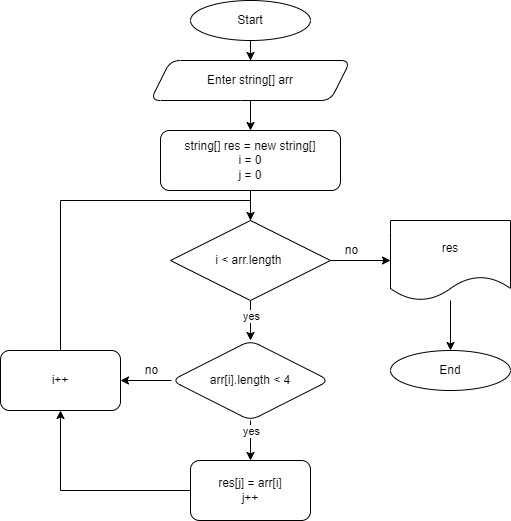
The draw.io diagram Diagram.png in korneevra/Test_work, before a commit. Source tidied: cells renumbered, new cells last; positions are measured from the earlier drawing's top-left corner, leaving out a move shared by most shapes.
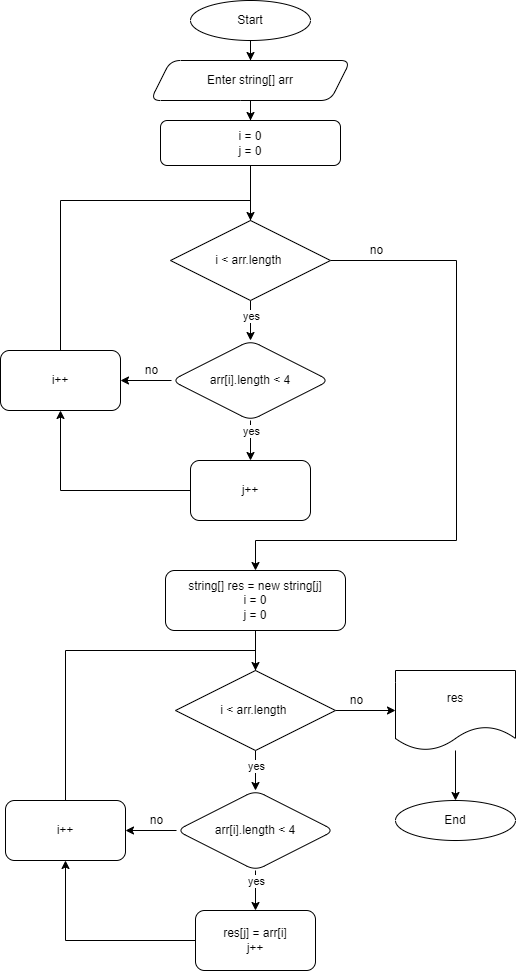
The same diagram one commit later.

Diff of the diagram source:
```diff
@@ -4,14 +4,14 @@
     <mxCell id="1" parent="0" />
     <mxCell id="2" style="edgeStyle=orthogonalEdgeStyle;rounded=0;jettySize=auto;html=1;" parent="1" edge="1" target="4">
       <mxGeometry relative="1" as="geometry">
-        <mxPoint x="250" y="40" as="sourcePoint" />
+        <mxPoint x="245" y="-410" as="sourcePoint" />
       </mxGeometry>
     </mxCell>
-    <mxCell id="3" style="edgeStyle=orthogonalEdgeStyle;rounded=0;jettySize=auto;html=1;" parent="1" edge="1" source="4" target="7">
+    <mxCell id="3" style="edgeStyle=orthogonalEdgeStyle;rounded=0;jettySize=auto;html=1;entryX=0.5;entryY=0;entryDx=0;entryDy=0;" parent="1" edge="1" source="4" target="27">
       <mxGeometry relative="1" as="geometry" />
     </mxCell>
     <mxCell id="4" value="Enter string[] arr" style="shape=parallelogram;perimeter=parallelogramPerimeter;whiteSpace=wrap;html=1;fixedSize=1;rounded=1;" parent="1" vertex="1">
-      <mxGeometry x="150" y="60" width="200" height="40" as="geometry" />
+      <mxGeometry x="145" y="-390" width="200" height="40" as="geometry" />
     </mxCell>
     <mxCell id="5" style="edgeStyle=orthogonalEdgeStyle;rounded=0;jettySize=auto;html=1;startArrow=none;" parent="1" edge="1" source="18" target="12">
       <mxGeometry relative="1" as="geometry" />
@@ -19,11 +19,11 @@
     <mxCell id="6" value="yes" style="edgeLabel;html=1;align=center;verticalAlign=middle;" parent="5" vertex="1">
       <mxGeometry x="-0.26" relative="1" as="geometry" />
     </mxCell>
-    <mxCell id="7" value="string[] res = new string[]&lt;br&gt;i = 0&lt;br&gt;j = 0" style="rounded=1;whiteSpace=wrap;html=1;" parent="1" vertex="1">
-      <mxGeometry x="160" y="130" width="180" height="60" as="geometry" />
+    <mxCell id="7" value="string[] res = new string[j]&lt;br&gt;i = 0&lt;br&gt;j = 0" style="rounded=1;whiteSpace=wrap;html=1;" parent="1" vertex="1">
+      <mxGeometry x="160" y="120" width="180" height="60" as="geometry" />
     </mxCell>
     <mxCell id="8" value="Start" style="ellipse;whiteSpace=wrap;html=1;" parent="1" vertex="1">
-      <mxGeometry x="190" width="120" height="40" as="geometry" />
+      <mxGeometry x="185" y="-450" width="120" height="40" as="geometry" />
     </mxCell>
     <mxCell id="9" style="edgeStyle=orthogonalEdgeStyle;rounded=0;jettySize=auto;html=1;" parent="1" edge="1" source="12" target="14">
       <mxGeometry relative="1" as="geometry" />
@@ -75,5 +75,61 @@
     <mxCell id="24" value="no" style="text;html=1;align=center;verticalAlign=middle;strokeColor=none;fillColor=none;" parent="1" vertex="1">
       <mxGeometry x="136" y="360" width="30" height="20" as="geometry" />
     </mxCell>
+    <mxCell id="25" style="edgeStyle=orthogonalEdgeStyle;rounded=0;jettySize=auto;html=1;startArrow=none;" parent="1" edge="1" source="37" target="31">
+      <mxGeometry relative="1" as="geometry" />
+    </mxCell>
+    <mxCell id="26" value="yes" style="edgeLabel;html=1;align=center;verticalAlign=middle;" parent="25" vertex="1">
+      <mxGeometry x="-0.26" relative="1" as="geometry" />
+    </mxCell>
+    <mxCell id="27" value="i = 0&lt;br&gt;j = 0" style="rounded=1;whiteSpace=wrap;html=1;" parent="1" vertex="1">
+      <mxGeometry x="155" y="-330" width="180" height="45" as="geometry" />
+    </mxCell>
+    <mxCell id="28" style="edgeStyle=orthogonalEdgeStyle;rounded=0;jettySize=auto;html=1;" parent="1" edge="1" source="31" target="33">
+      <mxGeometry relative="1" as="geometry" />
+    </mxCell>
+    <mxCell id="29" value="yes" style="edgeLabel;html=1;align=center;verticalAlign=middle;" parent="28" vertex="1">
+      <mxGeometry x="-0.7" relative="1" as="geometry">
+        <mxPoint y="4" as="offset" />
+      </mxGeometry>
+    </mxCell>
+    <mxCell id="30" style="edgeStyle=orthogonalEdgeStyle;rounded=0;jettySize=auto;html=1;" parent="1" edge="1" source="31" target="35">
+      <mxGeometry relative="1" as="geometry" />
+    </mxCell>
+    <mxCell id="31" value="arr[i].length &amp;lt; 4" style="rhombus;whiteSpace=wrap;html=1;rounded=1;" parent="1" vertex="1">
+      <mxGeometry x="166" y="-110" width="158" height="80" as="geometry" />
+    </mxCell>
+    <mxCell id="32" style="edgeStyle=orthogonalEdgeStyle;rounded=0;jettySize=auto;html=1;exitX=0;exitY=0.5;exitDx=0;exitDy=0;entryX=0.5;entryY=1;entryDx=0;entryDy=0;" parent="1" edge="1" source="33" target="35">
+      <mxGeometry relative="1" as="geometry" />
+    </mxCell>
+    <mxCell id="33" value="j++" style="rounded=1;whiteSpace=wrap;html=1;" parent="1" vertex="1">
+      <mxGeometry x="185" y="10" width="120" height="60" as="geometry" />
+    </mxCell>
+    <mxCell id="34" style="edgeStyle=orthogonalEdgeStyle;rounded=0;jettySize=auto;html=1;exitX=0.5;exitY=0;exitDx=0;exitDy=0;entryX=0.5;entryY=0;entryDx=0;entryDy=0;" parent="1" edge="1" source="35" target="37">
+      <mxGeometry relative="1" as="geometry" />
+    </mxCell>
+    <mxCell id="35" value="i++" style="rounded=1;whiteSpace=wrap;html=1;" parent="1" vertex="1">
+      <mxGeometry x="-5" y="-100" width="120" height="60" as="geometry" />
+    </mxCell>
+    <mxCell id="36" style="edgeStyle=orthogonalEdgeStyle;rounded=0;jettySize=auto;html=1;exitX=1;exitY=0.5;exitDx=0;exitDy=0;entryX=0.5;entryY=0;entryDx=0;entryDy=0;" parent="1" edge="1" source="37" target="7">
+      <mxGeometry relative="1" as="geometry">
+        <Array as="points">
+          <mxPoint x="451" y="-190" />
+          <mxPoint x="451" y="90" />
+          <mxPoint x="250" y="90" />
+        </Array>
+      </mxGeometry>
+    </mxCell>
+    <mxCell id="37" value="i &amp;lt; arr.length&amp;nbsp;" style="rhombus;whiteSpace=wrap;html=1;" parent="1" vertex="1">
+      <mxGeometry x="165" y="-230" width="160" height="80" as="geometry" />
+    </mxCell>
+    <mxCell id="38" style="edgeStyle=orthogonalEdgeStyle;rounded=0;jettySize=auto;html=1;endArrow=none;" parent="1" edge="1" source="27" target="37">
+      <mxGeometry relative="1" as="geometry" />
+    </mxCell>
+    <mxCell id="39" value="no" style="text;html=1;align=center;verticalAlign=middle;strokeColor=none;fillColor=none;" parent="1" vertex="1">
+      <mxGeometry x="131" y="-90" width="30" height="20" as="geometry" />
+    </mxCell>
+    <mxCell id="40" value="no" style="text;html=1;align=center;verticalAlign=middle;strokeColor=none;fillColor=none;" parent="1" vertex="1">
+      <mxGeometry x="356" y="-210" width="30" height="20" as="geometry" />
+    </mxCell>
   </root>
 </mxGraphModel>
```
